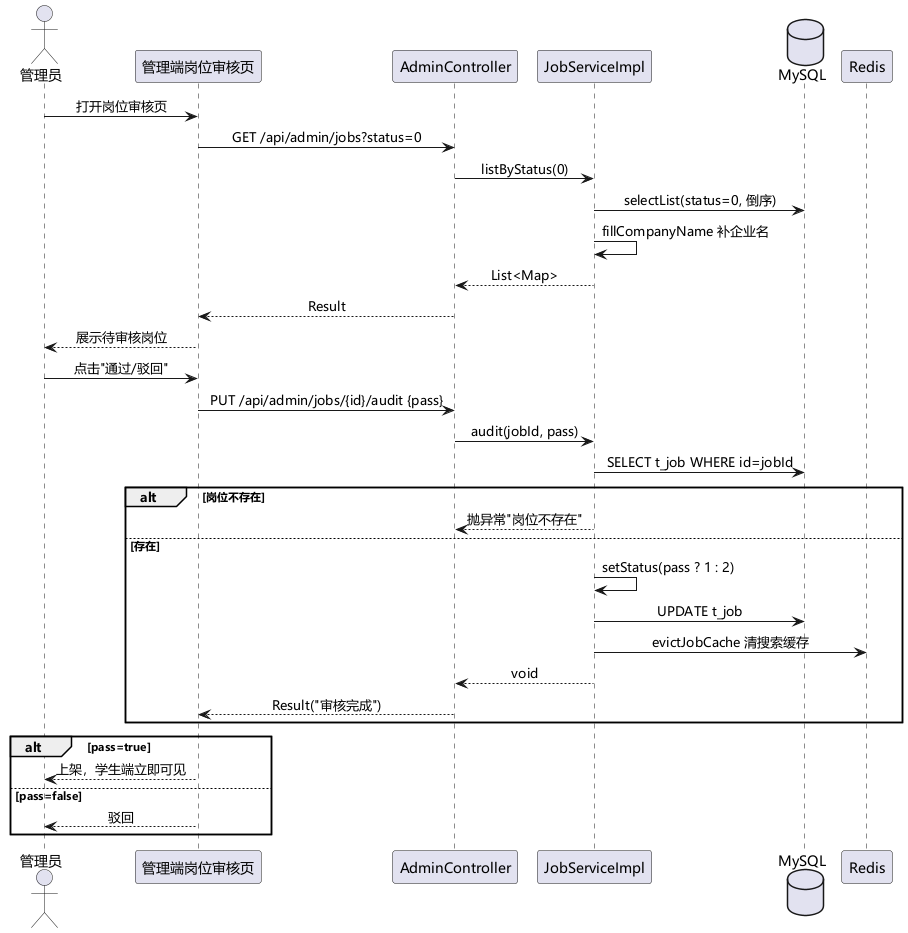
Before: uml/png/李嘉文/岗位审核时序图.png, a diagram exported from PlantUML (sheep7-bot/recruit-internship-system).
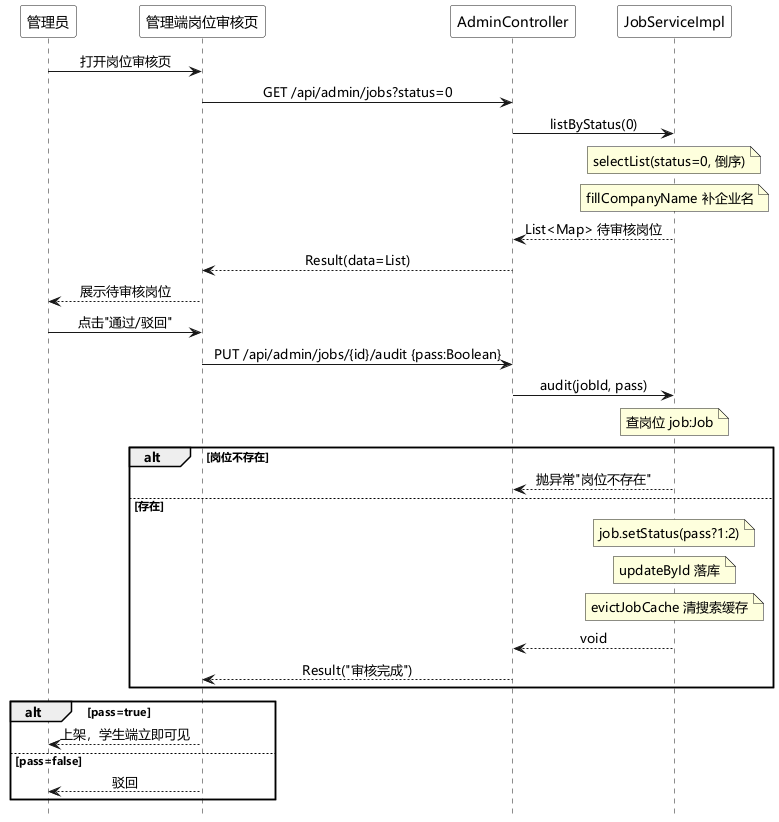
The same diagram one commit later.

Diff of the diagram source:
```diff
@@ -1,40 +1,59 @@
 @startuml 岗位审核时序图
 skinparam defaultFontName "Microsoft YaHei"
+hide footbox
+<style>
+participant {
+  FontColor white
+  BorderColor white
+  BackgroundColor white
+}
+sequenceDiagram {
+  FontColor black
+}
+</style>
 skinparam sequenceMessageAlign center
-
-actor "管理员" as admin
+participant "管理员" as admin
 participant "管理端岗位审核页" as web
 participant "AdminController" as ctl
 participant "JobServiceImpl" as svc
-database "MySQL" as db
-participant "Redis" as redis
-
 admin -> web : 打开岗位审核页
 web -> ctl : GET /api/admin/jobs?status=0
 ctl -> svc : listByStatus(0)
-svc -> db : selectList(status=0, 倒序)
-svc -> svc : fillCompanyName 补企业名
-svc --> ctl : List<Map>
-ctl --> web : Result
+note over svc
+  selectList(status=0, 倒序)
+end note
+note over svc
+  fillCompanyName 补企业名
+end note
+svc --> ctl : List<Map> 待审核岗位
+ctl --> web : Result(data=List)
 web --> admin : 展示待审核岗位
 
 admin -> web : 点击"通过/驳回"
-web -> ctl : PUT /api/admin/jobs/{id}/audit {pass}
+web -> ctl : PUT /api/admin/jobs/{id}/audit {pass:Boolean}
 ctl -> svc : audit(jobId, pass)
-svc -> db : SELECT t_job WHERE id=jobId
+note over svc
+  查岗位 job:Job
+end note
 alt 岗位不存在
   svc --> ctl : 抛异常"岗位不存在"
 else 存在
-  svc -> svc : setStatus(pass ? 1 : 2)
-  svc -> db : UPDATE t_job
-  svc -> redis : evictJobCache 清搜索缓存
+  note over svc
+    job.setStatus(pass?1:2)
+  end note
+  note over svc
+    updateById 落库
+  end note
+  note over svc
+    evictJobCache 清搜索缓存
+  end note
   svc --> ctl : void
   ctl --> web : Result("审核完成")
 end
-
 alt pass=true
   web --> admin : 上架，学生端立即可见
 else pass=false
   web --> admin : 驳回
 end
+
 @enduml
```
